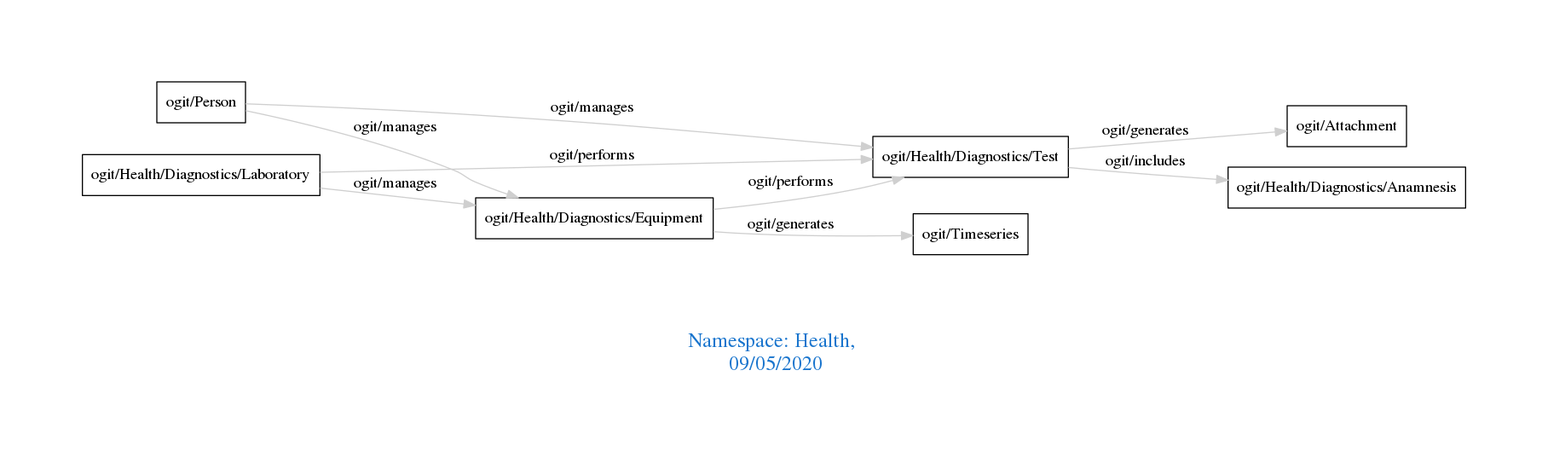
Earlier version of the Graphviz export downloads/Health.png (arago/OGIT). Its source is kept beside it as downloads/Health.dot.
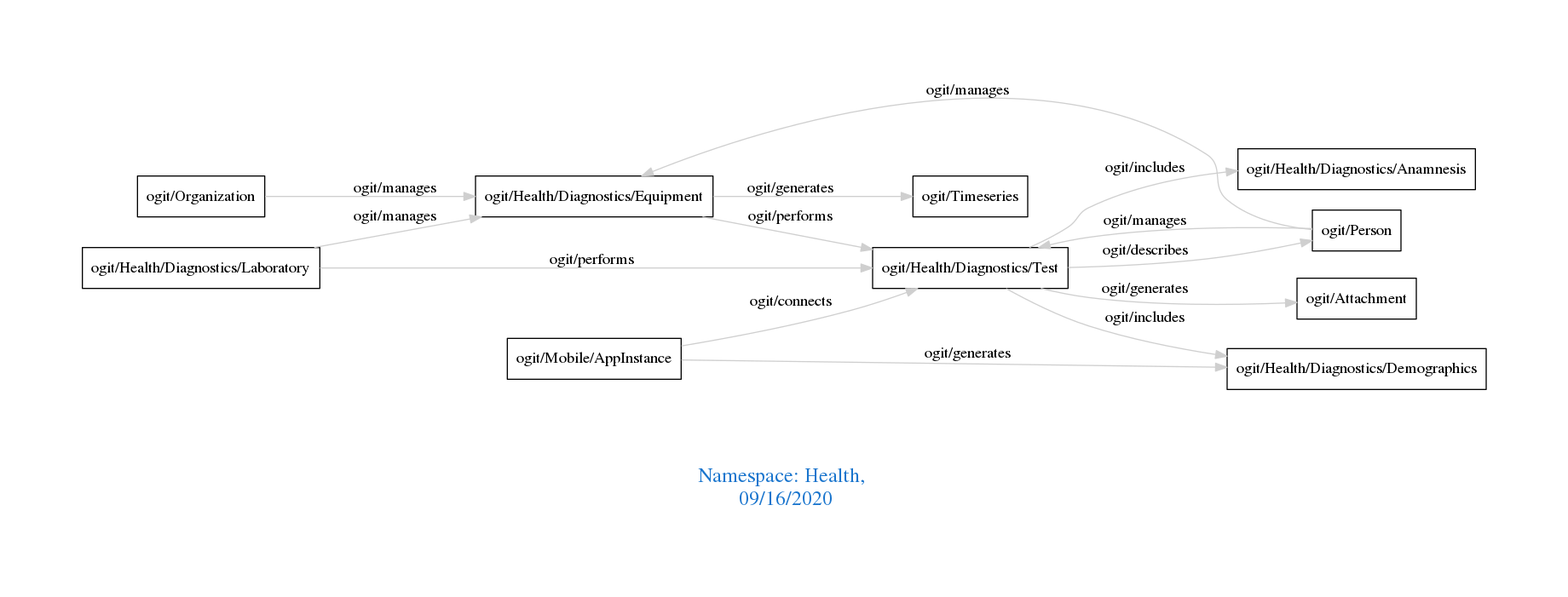
After the change.

Diff of the diagram source:
```diff
@@ -1,16 +1,21 @@
 digraph OGIT_ontology {
  graph [ rankdir= LR,pad=1
 fontsize = 18,
-fontcolor= dodgerblue3,label = "\n\n\nNamespace: Health, \n 09/05/2020"];
+fontcolor= dodgerblue3,label = "\n\n\nNamespace: Health, \n 09/16/2020"];
 node[shape=polygon];
 edge [  color="gray81"];
 
    "ogit/Health/Diagnostics/Laboratory" -> "ogit/Health/Diagnostics/Equipment" [label="   ogit/manages    "];
+   "ogit/Organization" -> "ogit/Health/Diagnostics/Equipment" [label="   ogit/manages    "];
    "ogit/Person" -> "ogit/Health/Diagnostics/Equipment" [label="   ogit/manages    "];
    "ogit/Person" -> "ogit/Health/Diagnostics/Test" [label="   ogit/manages    "];
    "ogit/Health/Diagnostics/Equipment" -> "ogit/Timeseries" [label="   ogit/generates    "];
    "ogit/Health/Diagnostics/Test" -> "ogit/Attachment" [label="   ogit/generates    "];
+   "ogit/Mobile/AppInstance" -> "ogit/Health/Diagnostics/Demographics" [label="   ogit/generates    "];
    "ogit/Health/Diagnostics/Test" -> "ogit/Health/Diagnostics/Anamnesis" [label="   ogit/includes    "];
+   "ogit/Health/Diagnostics/Test" -> "ogit/Health/Diagnostics/Demographics" [label="   ogit/includes    "];
    "ogit/Health/Diagnostics/Equipment" -> "ogit/Health/Diagnostics/Test" [label="   ogit/performs    "];
    "ogit/Health/Diagnostics/Laboratory" -> "ogit/Health/Diagnostics/Test" [label="   ogit/performs    "];
+   "ogit/Health/Diagnostics/Test" -> "ogit/Person" [label="   ogit/describes    "];
+   "ogit/Mobile/AppInstance" -> "ogit/Health/Diagnostics/Test" [label="   ogit/connects    "];
 }
```
